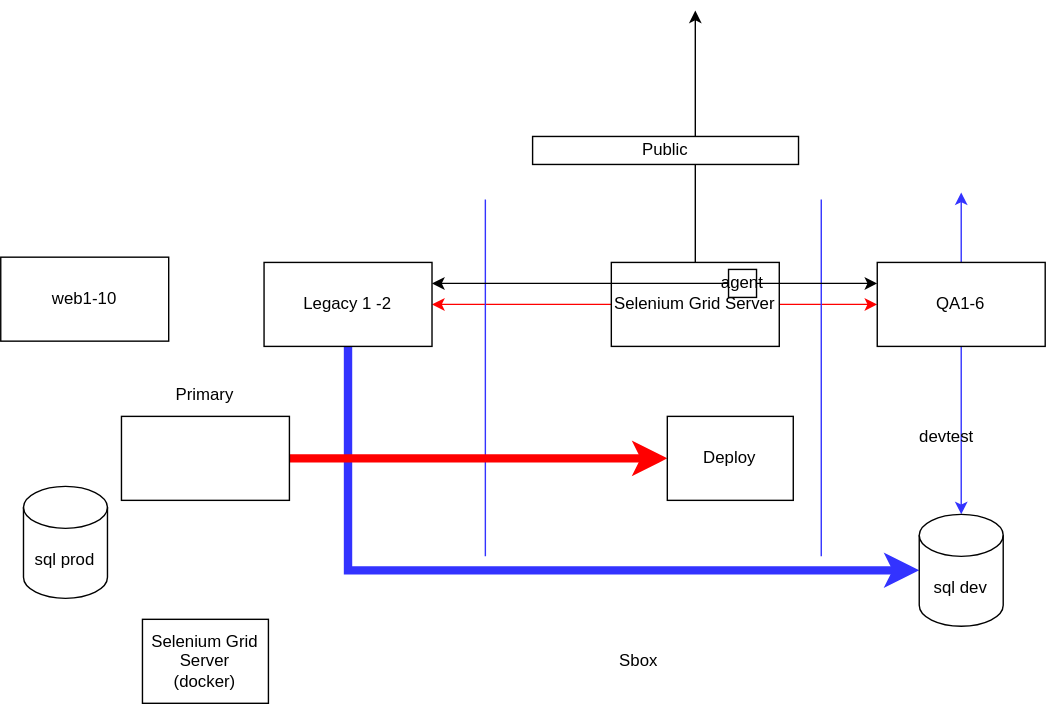
Earlier version of the draw.io export selenium.svg (vjavle/invoicecloud). Source tidied: cells renumbered, new cells last; positions are measured from the earlier drawing's top-left corner, leaving out a move shared by most shapes.
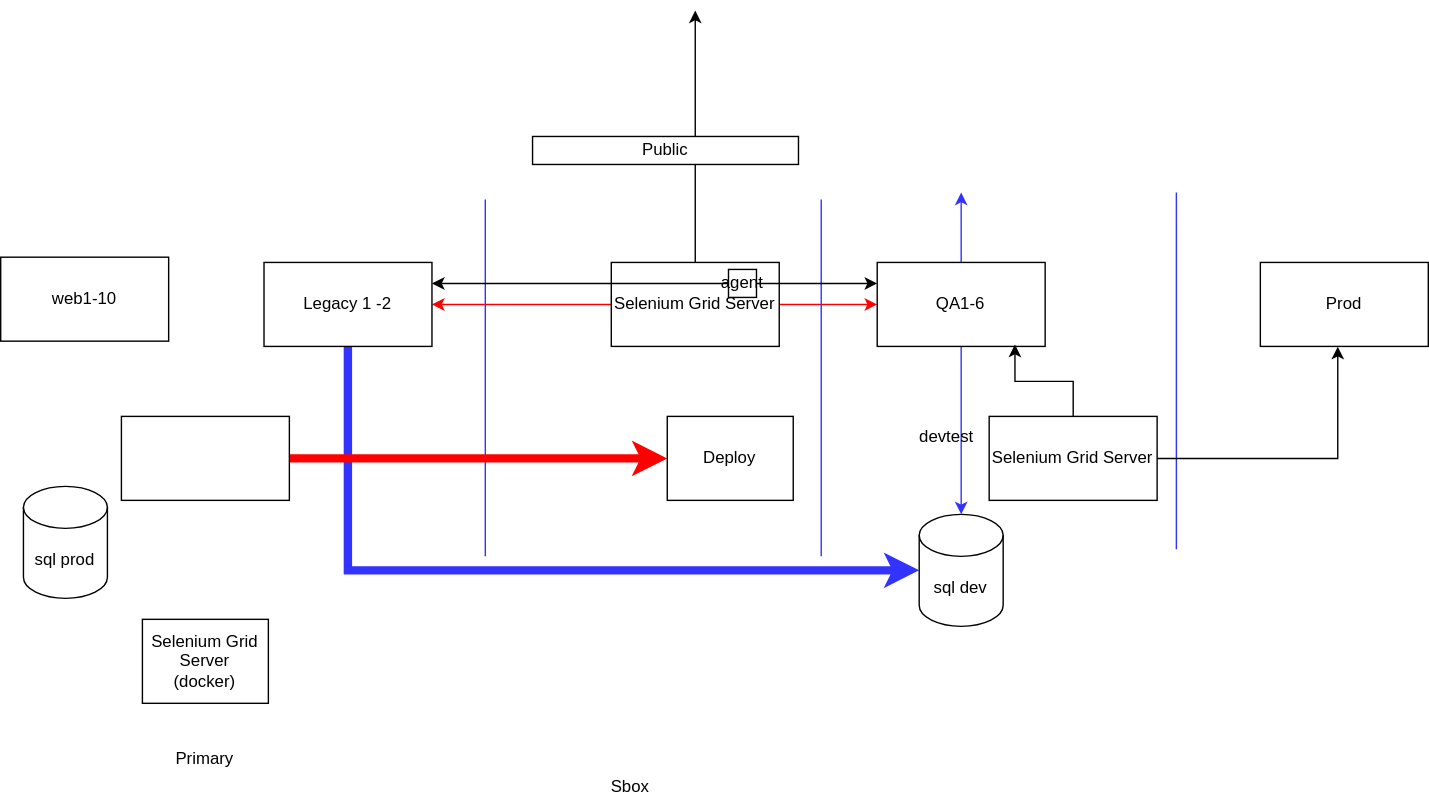
Above is the later version.

What changed in the source:
```diff
@@ -34,7 +34,7 @@
       </mxGeometry>
     </mxCell>
     <mxCell id="10" value="Sbox" style="text;html=1;strokeColor=none;fillColor=none;align=center;verticalAlign=middle;whiteSpace=wrap;rounded=0;" parent="1" vertex="1">
-      <mxGeometry x="426.2" y="450" width="60" height="30" as="geometry" />
+      <mxGeometry x="420" y="540" width="60" height="30" as="geometry" />
     </mxCell>
     <mxCell id="11" value="devtest" style="text;html=1;strokeColor=none;fillColor=none;align=center;verticalAlign=middle;whiteSpace=wrap;rounded=0;" parent="1" vertex="1">
       <mxGeometry x="646.2" y="290" width="60" height="30" as="geometry" />
@@ -56,7 +56,7 @@
       <mxGeometry x="188.1" y="180" width="120" height="60" as="geometry" />
     </mxCell>
     <mxCell id="15" value="Primary" style="text;html=1;strokeColor=none;fillColor=none;align=center;verticalAlign=middle;whiteSpace=wrap;rounded=0;" parent="1" vertex="1">
-      <mxGeometry x="116.2" y="260" width="60" height="30" as="geometry" />
+      <mxGeometry x="116.2" y="520" width="60" height="30" as="geometry" />
     </mxCell>
     <mxCell id="16" value="sql dev" style="shape=cylinder3;whiteSpace=wrap;html=1;boundedLbl=1;backgroundOutline=1;size=15;" parent="1" vertex="1">
       <mxGeometry x="656.2" y="360" width="60" height="80" as="geometry" />
@@ -91,5 +91,23 @@
     <mxCell id="26" value="agent" style="whiteSpace=wrap;html=1;" parent="1" vertex="1">
       <mxGeometry x="520" y="185" width="20" height="20" as="geometry" />
     </mxCell>
+    <mxCell id="27" value="Prod" style="rounded=0;whiteSpace=wrap;html=1;" parent="1" vertex="1">
+      <mxGeometry x="900" y="180" width="120" height="60" as="geometry" />
+    </mxCell>
+    <mxCell id="28" style="endArrow=none;html=1;rounded=0;strokeColor=#3333FF;" parent="1" edge="1">
+      <mxGeometry relative="1" as="geometry">
+        <mxPoint x="840" y="385" as="sourcePoint" />
+        <mxPoint x="840" y="130" as="targetPoint" />
+      </mxGeometry>
+    </mxCell>
+    <mxCell id="29" style="edgeStyle=orthogonalEdgeStyle;rounded=0;jettySize=auto;html=1;entryX=0.82;entryY=0.977;entryDx=0;entryDy=0;entryPerimeter=0;" parent="1" edge="1" source="31" target="8">
+      <mxGeometry relative="1" as="geometry" />
+    </mxCell>
+    <mxCell id="30" style="edgeStyle=orthogonalEdgeStyle;rounded=0;jettySize=auto;html=1;entryX=0.461;entryY=1.003;entryDx=0;entryDy=0;entryPerimeter=0;" parent="1" edge="1" source="31" target="27">
+      <mxGeometry relative="1" as="geometry" />
+    </mxCell>
+    <mxCell id="31" value="Selenium Grid Server" style="rounded=0;whiteSpace=wrap;html=1;" parent="1" vertex="1">
+      <mxGeometry x="706.2" y="290" width="120" height="60" as="geometry" />
+    </mxCell>
   </root>
 </mxGraphModel>
```
